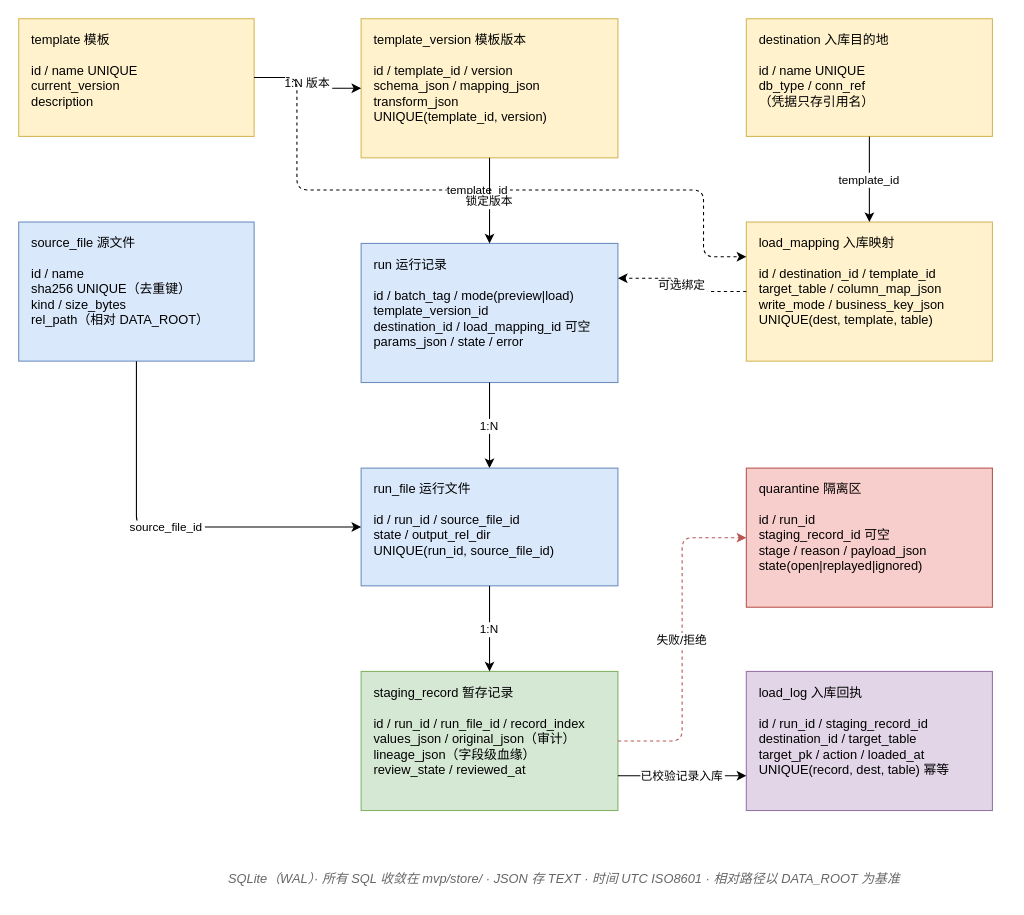
freeedoooooo/algs keeps this draw.io diagram as page "对象关系" (2 of 2) of 20-CV/mvp/docs/data-pipeline.drawio. Above is the earlier version. Source tidied: cells renumbered, new cells numbered last; positions are measured from the earlier drawing's top-left corner, leaving out a move shared by most shapes. Both pictures are drawn from the tidied source at 107%, with x=0, y=0 at pixel (18, 18).
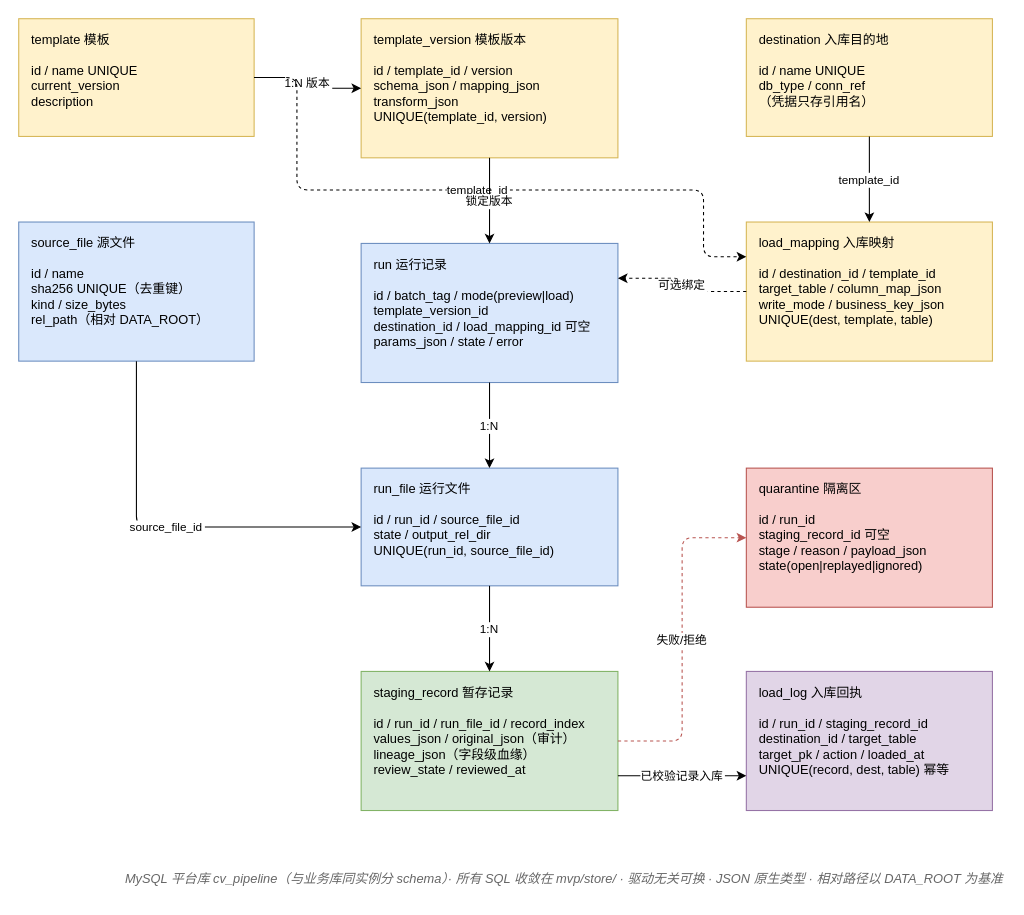
After the change.

Change to the diagram source:
```diff
@@
-    <mxCell id="22" value="SQLite（WAL）· 所有 SQL 收敛在 mvp/store/ · JSON 存 TEXT · 时间 UTC ISO8601 · 相对路径以 DATA_ROOT 为基准" style="text;align=center;fontStyle=2;fontColor=#666666;" parent="1" vertex="1">
+    <mxCell id="22" value="MySQL 平台库 cv_pipeline（与业务库同实例分 schema）· 所有 SQL 收敛在 mvp/store/ · 驱动无关可换 · JSON 原生类型 · 相对路径以 DATA_ROOT 为基准" style="text;align=center;fontStyle=2;fontColor=#666666;" parent="1" vertex="1">
       <mxGeometry x="100" y="790" width="820" height="30" as="geometry" />
     </mxCell>
```
